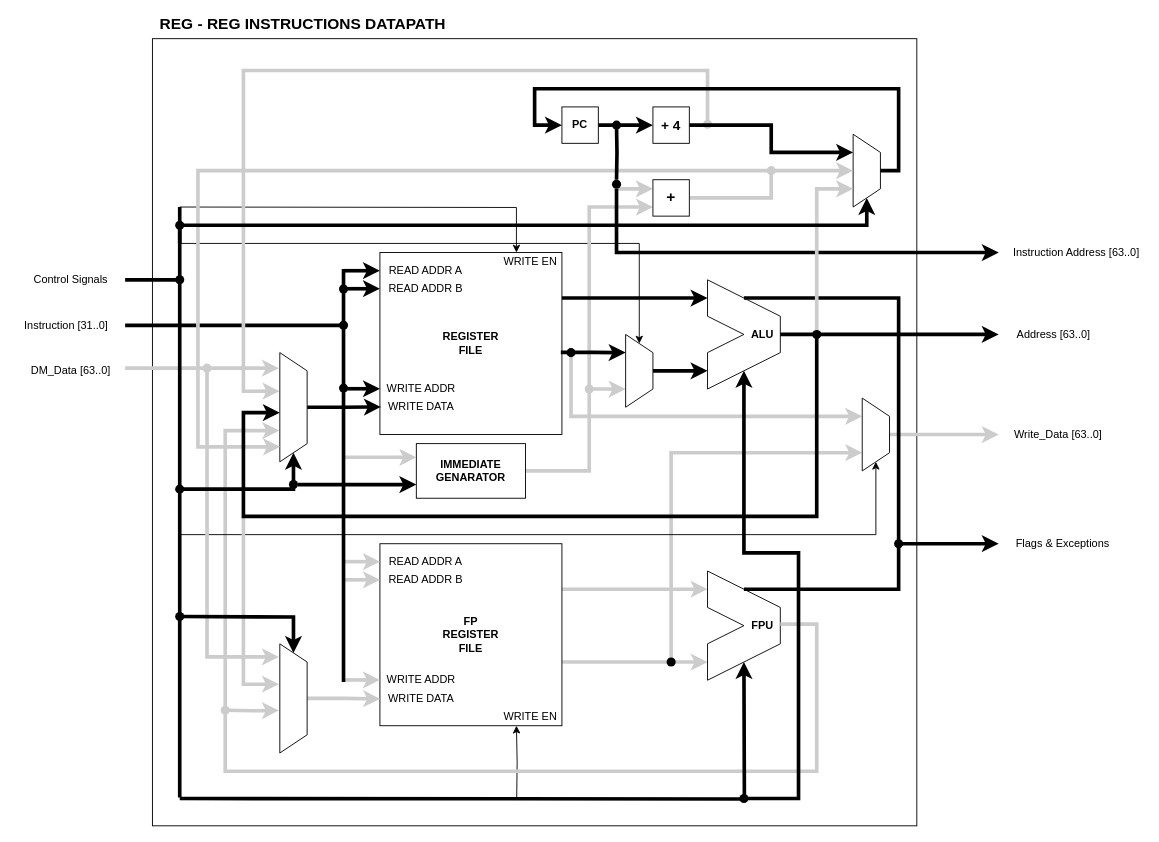
Earlier version of the draw.io diagram page "Reg - Reg Inst Datapath" (5 of 14) of Diagrams/RV64IF.drawio (hohaicongthuan/Project-2). Source tidied: cells renumbered, new cells numbered last; positions are measured from the earlier drawing's top-left corner, leaving out a move shared by most shapes. Both pictures are drawn from the tidied source at 91%, with x=0, y=0 at pixel (15, 15).
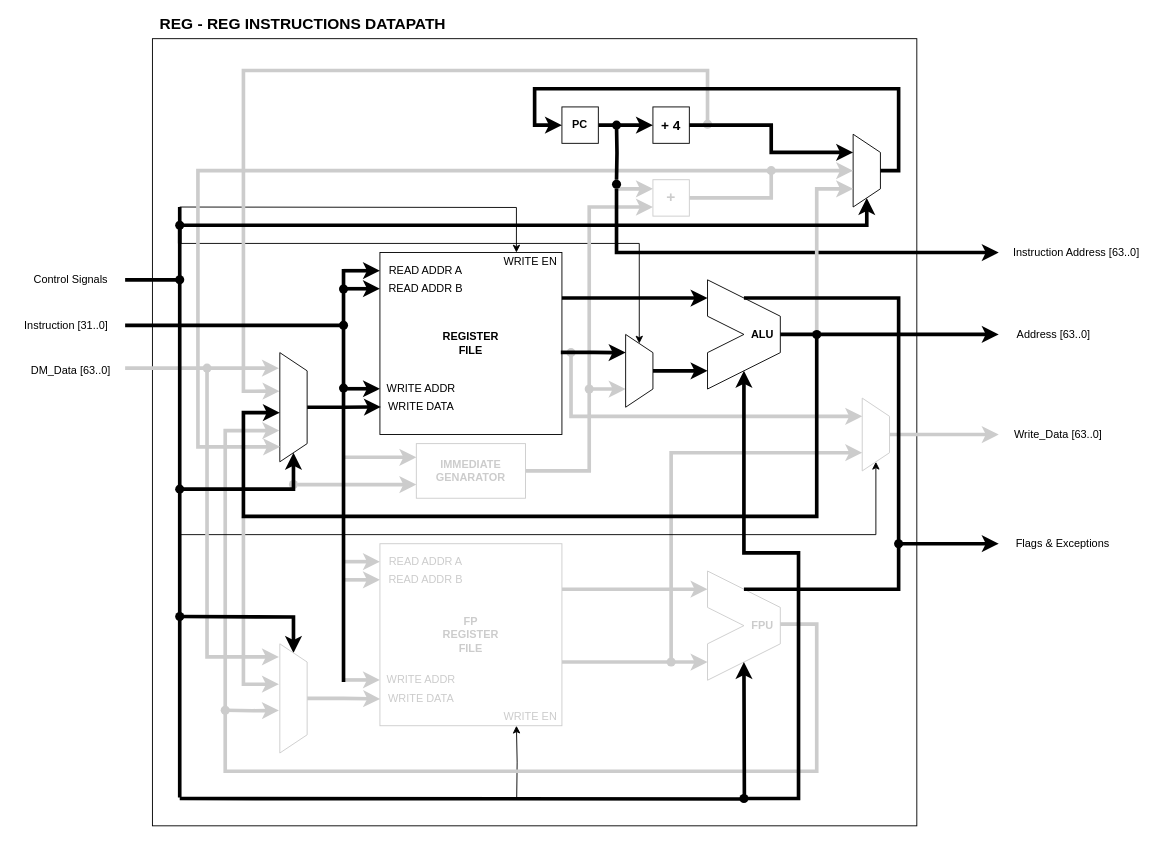
The same diagram, later.

The edit, as a diff of the source:
```diff
@@
-    <mxCell id="7" style="endArrow=none;html=1;rounded=0;strokeWidth=4;edgeStyle=orthogonalEdgeStyle;endFill=0;" parent="1" edge="1">
-      <mxGeometry relative="1" as="geometry">
-        <mxPoint x="120" y="340" as="sourcePoint" />
-        <mxPoint x="360" y="340" as="targetPoint" />
-      </mxGeometry>
-    </mxCell>
@@
-    <mxCell id="19" value="&lt;b&gt;FP&lt;br&gt;REGISTER&lt;br&gt;FILE&lt;/b&gt;" style="rounded=0;whiteSpace=wrap;html=1;" parent="1" vertex="1">
+    <mxCell id="19" value="&lt;b&gt;&lt;font color=&quot;#cccccc&quot;&gt;FP&lt;br&gt;REGISTER&lt;br&gt;FILE&lt;/font&gt;&lt;/b&gt;" style="rounded=0;whiteSpace=wrap;html=1;strokeColor=#CCCCCC;" parent="1" vertex="1">
       <mxGeometry x="400" y="580" width="200" height="200" as="geometry" />
     </mxCell>
-    <mxCell id="20" value="READ ADDR A" style="text;html=1;align=center;verticalAlign=middle;strokeColor=none;fillColor=none;" parent="1" vertex="1">
+    <mxCell id="20" value="&lt;font color=&quot;#cccccc&quot;&gt;READ ADDR A&lt;/font&gt;" style="text;html=1;align=center;verticalAlign=middle;strokeColor=none;fillColor=none;" parent="1" vertex="1">
       <mxGeometry x="400" y="590" width="100" height="20" as="geometry" />
     </mxCell>
-    <mxCell id="21" value="READ ADDR B" style="text;html=1;align=center;verticalAlign=middle;strokeColor=none;fillColor=none;" parent="1" vertex="1">
+    <mxCell id="21" value="&lt;font color=&quot;#cccccc&quot;&gt;READ ADDR B&lt;/font&gt;" style="text;html=1;align=center;verticalAlign=middle;strokeColor=none;fillColor=none;" parent="1" vertex="1">
       <mxGeometry x="400" y="610" width="100" height="20" as="geometry" />
     </mxCell>
-    <mxCell id="22" value="WRITE ADDR" style="text;html=1;align=center;verticalAlign=middle;strokeColor=none;fillColor=none;" parent="1" vertex="1">
+    <mxCell id="22" value="&lt;font color=&quot;#cccccc&quot;&gt;WRITE ADDR&lt;/font&gt;" style="text;html=1;align=center;verticalAlign=middle;strokeColor=none;fillColor=none;" parent="1" vertex="1">
       <mxGeometry x="400" y="720" width="90" height="20" as="geometry" />
     </mxCell>
-    <mxCell id="23" value="WRITE DATA" style="text;html=1;align=center;verticalAlign=middle;points=[];strokeColor=none;fillColor=none;" parent="1" vertex="1">
+    <mxCell id="23" value="&lt;font color=&quot;#cccccc&quot;&gt;WRITE DATA&lt;/font&gt;" style="text;html=1;align=center;verticalAlign=middle;points=[];strokeColor=none;fillColor=none;" parent="1" vertex="1">
       <mxGeometry x="400" y="740" width="90" height="20" as="geometry" />
     </mxCell>
-    <mxCell id="24" value="WRITE EN" style="text;html=1;align=center;verticalAlign=middle;strokeColor=none;fillColor=none;" parent="1" vertex="1">
+    <mxCell id="24" value="&lt;font color=&quot;#cccccc&quot;&gt;WRITE EN&lt;/font&gt;" style="text;html=1;align=center;verticalAlign=middle;strokeColor=none;fillColor=none;" parent="1" vertex="1">
       <mxGeometry x="530" y="760" width="70" height="20" as="geometry" />
     </mxCell>
@@
-    <mxCell id="27" style="endArrow=none;html=1;arcSize=0;" parent="1" edge="1">
+    <mxCell id="27" style="endArrow=none;html=1;arcSize=0;strokeColor=#CCCCCC;" parent="1" edge="1">
       <mxGeometry relative="1" as="geometry">
         <mxPoint x="800" y="670" as="sourcePoint" />
         <mxPoint x="800" y="670" as="targetPoint" />
         <Array as="points">
           <mxPoint x="760" y="650" />
           <mxPoint x="760" y="610" />
           <mxPoint x="840" y="650" />
           <mxPoint x="840" y="690" />
           <mxPoint x="760" y="730" />
           <mxPoint x="760" y="690" />
         </Array>
       </mxGeometry>
     </mxCell>
-    <mxCell id="28" value="&lt;b&gt;FPU&lt;/b&gt;" style="text;html=1;align=center;verticalAlign=middle;points=[];strokeColor=none;fillColor=none;" parent="1" vertex="1">
+    <mxCell id="28" value="&lt;b&gt;&lt;font color=&quot;#cccccc&quot;&gt;FPU&lt;/font&gt;&lt;/b&gt;" style="text;html=1;align=center;verticalAlign=middle;points=[];strokeColor=none;fillColor=none;" parent="1" vertex="1">
       <mxGeometry x="800" y="660" width="40" height="20" as="geometry" />
     </mxCell>
@@
-    <mxCell id="30" value="&lt;b&gt;IMMEDIATE GENARATOR&lt;/b&gt;" style="whiteSpace=wrap;html=1;" parent="1" vertex="1">
+    <mxCell id="30" value="&lt;b&gt;&lt;font color=&quot;#cccccc&quot;&gt;IMMEDIATE GENARATOR&lt;/font&gt;&lt;/b&gt;" style="whiteSpace=wrap;html=1;strokeColor=#CCCCCC;" parent="1" vertex="1">
       <mxGeometry x="440" y="470" width="120" height="60" as="geometry" />
     </mxCell>
@@
-    <mxCell id="39" value="&lt;b&gt;&lt;font style=&quot;font-size: 17px&quot;&gt;+&lt;/font&gt;&lt;/b&gt;" style="whiteSpace=wrap;html=1;" parent="1" vertex="1">
+    <mxCell id="39" value="&lt;b&gt;&lt;font style=&quot;font-size: 17px&quot; color=&quot;#cccccc&quot;&gt;+&lt;/font&gt;&lt;/b&gt;" style="whiteSpace=wrap;html=1;strokeColor=#CCCCCC;" parent="1" vertex="1">
       <mxGeometry x="700" y="180" width="40" height="40" as="geometry" />
     </mxCell>
@@
-    <mxCell id="50" style="shape=trapezoid;perimeter=trapezoidPerimeter;whiteSpace=wrap;html=1;fixedSize=1;direction=south;" parent="1" vertex="1">
+    <mxCell id="50" style="shape=trapezoid;perimeter=trapezoidPerimeter;whiteSpace=wrap;html=1;fixedSize=1;direction=south;strokeColor=#CCCCCC;" parent="1" vertex="1">
       <mxGeometry x="930" y="420" width="30" height="80" as="geometry" />
     </mxCell>
@@
-    <mxCell id="57" style="shape=trapezoid;perimeter=trapezoidPerimeter;whiteSpace=wrap;html=1;fixedSize=1;direction=south;" parent="1" vertex="1">
+    <mxCell id="57" style="shape=trapezoid;perimeter=trapezoidPerimeter;whiteSpace=wrap;html=1;fixedSize=1;direction=south;strokeColor=#CCCCCC;" parent="1" vertex="1">
       <mxGeometry x="290" y="690" width="30" height="120" as="geometry" />
     </mxCell>
@@
-    <mxCell id="62" style="ellipse;whiteSpace=wrap;html=1;fillColor=#000000;strokeColor=none;" parent="1" vertex="1">
+    <mxCell id="62" style="ellipse;whiteSpace=wrap;html=1;fillColor=#CCCCCC;strokeColor=none;" parent="1" vertex="1">
       <mxGeometry x="605" y="365" width="10" height="10" as="geometry" />
     </mxCell>
@@
-    <mxCell id="64" style="ellipse;whiteSpace=wrap;html=1;fillColor=#000000;strokeColor=none;" parent="1" vertex="1">
+    <mxCell id="64" style="ellipse;whiteSpace=wrap;html=1;fillColor=#CCCCCC;strokeColor=none;" parent="1" vertex="1">
       <mxGeometry x="715" y="705" width="10" height="10" as="geometry" />
     </mxCell>
@@
-    <mxCell id="94" style="endArrow=none;html=1;rounded=0;strokeWidth=4;edgeStyle=orthogonalEdgeStyle;" parent="1" edge="1">
-      <mxGeometry relative="1" as="geometry">
-        <mxPoint x="800" y="310" as="sourcePoint" />
-        <mxPoint x="970" y="580" as="targetPoint" />
-        <Array as="points">
-          <mxPoint x="970" y="310" />
-        </Array>
-      </mxGeometry>
-    </mxCell>
@@
-    <mxCell id="96" style="endArrow=classic;html=1;rounded=0;strokeWidth=4;edgeStyle=orthogonalEdgeStyle;entryX=0;entryY=0.75;entryDx=0;entryDy=0;exitX=1;exitY=0.5;exitDx=0;exitDy=0;" parent="1" edge="1" source="97" target="30">
+    <mxCell id="96" style="endArrow=classic;html=1;rounded=0;strokeWidth=4;edgeStyle=orthogonalEdgeStyle;entryX=0;entryY=0.75;entryDx=0;entryDy=0;exitX=1;exitY=0.5;exitDx=0;exitDy=0;strokeColor=#CCCCCC;" parent="1" edge="1" source="97" target="30">
       <mxGeometry relative="1" as="geometry" />
     </mxCell>
-    <mxCell id="97" style="ellipse;whiteSpace=wrap;html=1;fillColor=#000000;strokeColor=none;" parent="1" vertex="1">
+    <mxCell id="97" style="ellipse;whiteSpace=wrap;html=1;fillColor=#CCCCCC;strokeColor=none;" parent="1" vertex="1">
       <mxGeometry x="300" y="510" width="10" height="10" as="geometry" />
     </mxCell>
@@
+    <mxCell id="7" style="endArrow=none;html=1;rounded=0;strokeWidth=4;edgeStyle=orthogonalEdgeStyle;endFill=0;" parent="1" edge="1">
+      <mxGeometry relative="1" as="geometry">
+        <mxPoint x="120" y="340" as="sourcePoint" />
+        <mxPoint x="360" y="340" as="targetPoint" />
+      </mxGeometry>
+    </mxCell>
+    <mxCell id="94" style="endArrow=none;html=1;rounded=0;strokeWidth=4;edgeStyle=orthogonalEdgeStyle;" parent="1" edge="1">
+      <mxGeometry relative="1" as="geometry">
+        <mxPoint x="800" y="310" as="sourcePoint" />
+        <mxPoint x="970" y="580" as="targetPoint" />
+        <Array as="points">
+          <mxPoint x="970" y="310" />
+        </Array>
+      </mxGeometry>
+    </mxCell>
```
